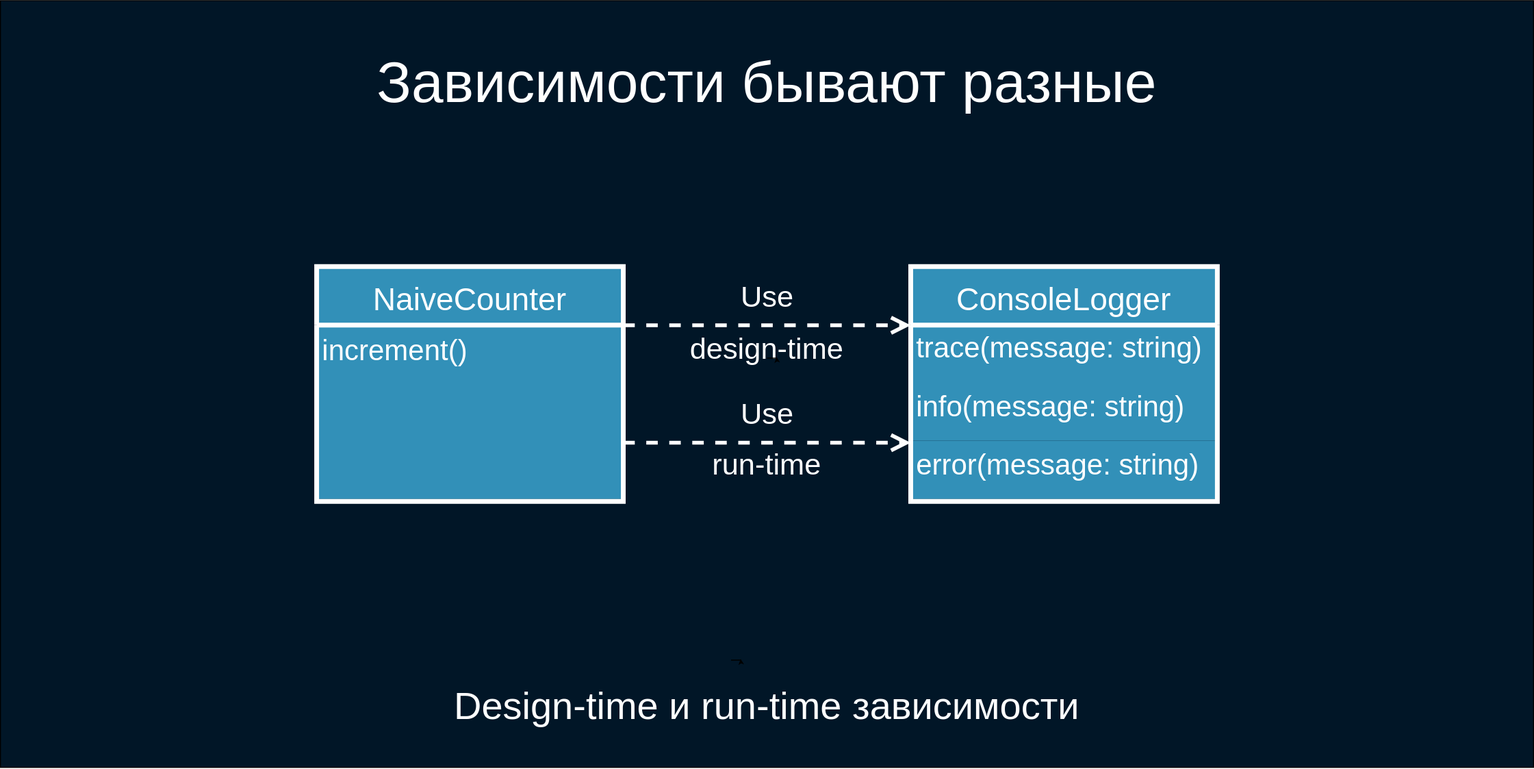
Before: deck/ru/diagrams/naive1.svg, a diagram exported from draw.io (softspiders/dip-in-ca-deck). Source tidied: cells renumbered, new cells last; positions are measured from the earlier drawing's top-left corner, leaving out a move shared by most shapes.
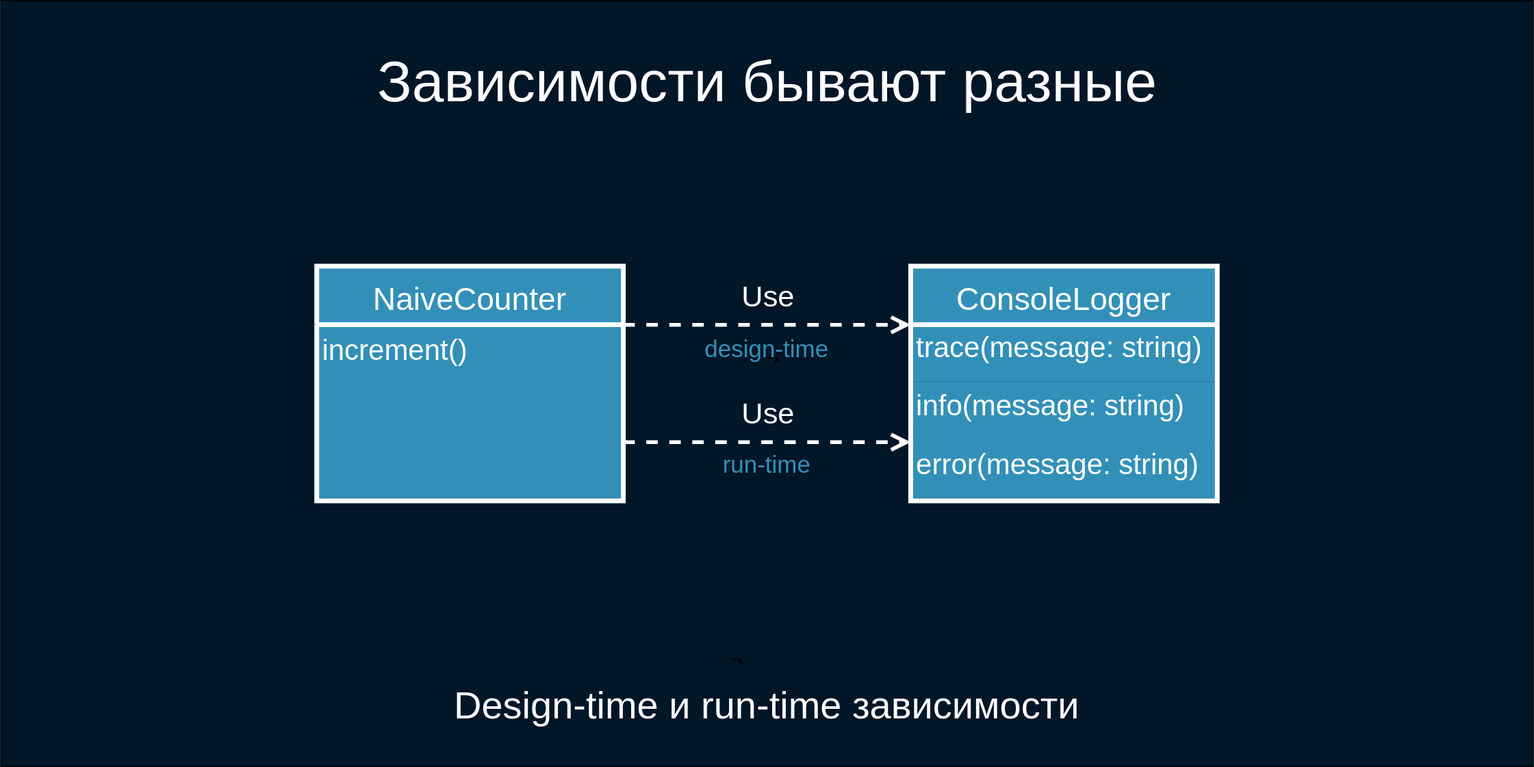
Later version of the same file.

Diff of the diagram source:
```diff
@@ -8,7 +8,7 @@
     <mxCell id="3" value="Use" style="endArrow=open;endSize=12;dashed=1;html=1;fontSize=31;fontColor=#FFFFFF;strokeColor=#FFFFFF;entryX=0;entryY=0.25;entryDx=0;entryDy=0;strokeWidth=4;labelBackgroundColor=none;rounded=0;exitX=1;exitY=0.25;exitDx=0;exitDy=0;" parent="1" edge="1" source="15" target="16">
       <mxGeometry y="30" relative="1" as="geometry" />
     </mxCell>
-    <mxCell id="4" value="design-time" style="text;html=1;strokeColor=none;fillColor=none;align=center;verticalAlign=middle;whiteSpace=wrap;rounded=0;fontSize=31;fontColor=#FFFFFF;" parent="1" vertex="1">
+    <mxCell id="4" value="design-time" style="text;html=1;strokeColor=none;fillColor=none;align=center;verticalAlign=middle;whiteSpace=wrap;rounded=0;fontSize=25;fontColor=#3290B8;" parent="1" vertex="1">
       <mxGeometry x="705" y="353" width="190" height="20" as="geometry" />
     </mxCell>
     <mxCell id="5" style="edgeStyle=orthogonalEdgeStyle;rounded=0;orthogonalLoop=1;jettySize=auto;html=1;exitX=0.5;exitY=1;exitDx=0;exitDy=0;entryX=0.553;entryY=0.974;entryDx=0;entryDy=0;entryPerimeter=0;fontSize=33;fontColor=#FFFFFF;" parent="1" edge="1" source="4" target="4">
@@ -20,7 +20,7 @@
     <mxCell id="7" value="Use" style="endArrow=open;endSize=12;dashed=1;html=1;fontSize=31;fontColor=#FFFFFF;strokeColor=#FFFFFF;entryX=0;entryY=0.75;entryDx=0;entryDy=0;strokeWidth=4;labelBackgroundColor=none;rounded=0;exitX=1;exitY=0.75;exitDx=0;exitDy=0;" parent="1" edge="1" source="15" target="16">
       <mxGeometry y="30" relative="1" as="geometry" />
     </mxCell>
-    <mxCell id="8" value="run-time" style="text;html=1;strokeColor=none;fillColor=none;align=center;verticalAlign=middle;whiteSpace=wrap;rounded=0;fontSize=31;fontColor=#FFFFFF;" parent="1" vertex="1">
+    <mxCell id="8" value="run-time" style="text;html=1;strokeColor=none;fillColor=none;align=center;verticalAlign=middle;whiteSpace=wrap;rounded=0;fontSize=25;fontColor=#3290B8;" parent="1" vertex="1">
       <mxGeometry x="705" y="474" width="190" height="20" as="geometry" />
     </mxCell>
     <mxCell id="9" value="Design-time и run-time зависимости" style="text;html=1;strokeColor=none;fillColor=none;align=center;verticalAlign=middle;whiteSpace=wrap;rounded=0;fontSize=40;fontColor=#FFFFFF;" parent="1" vertex="1">
```
